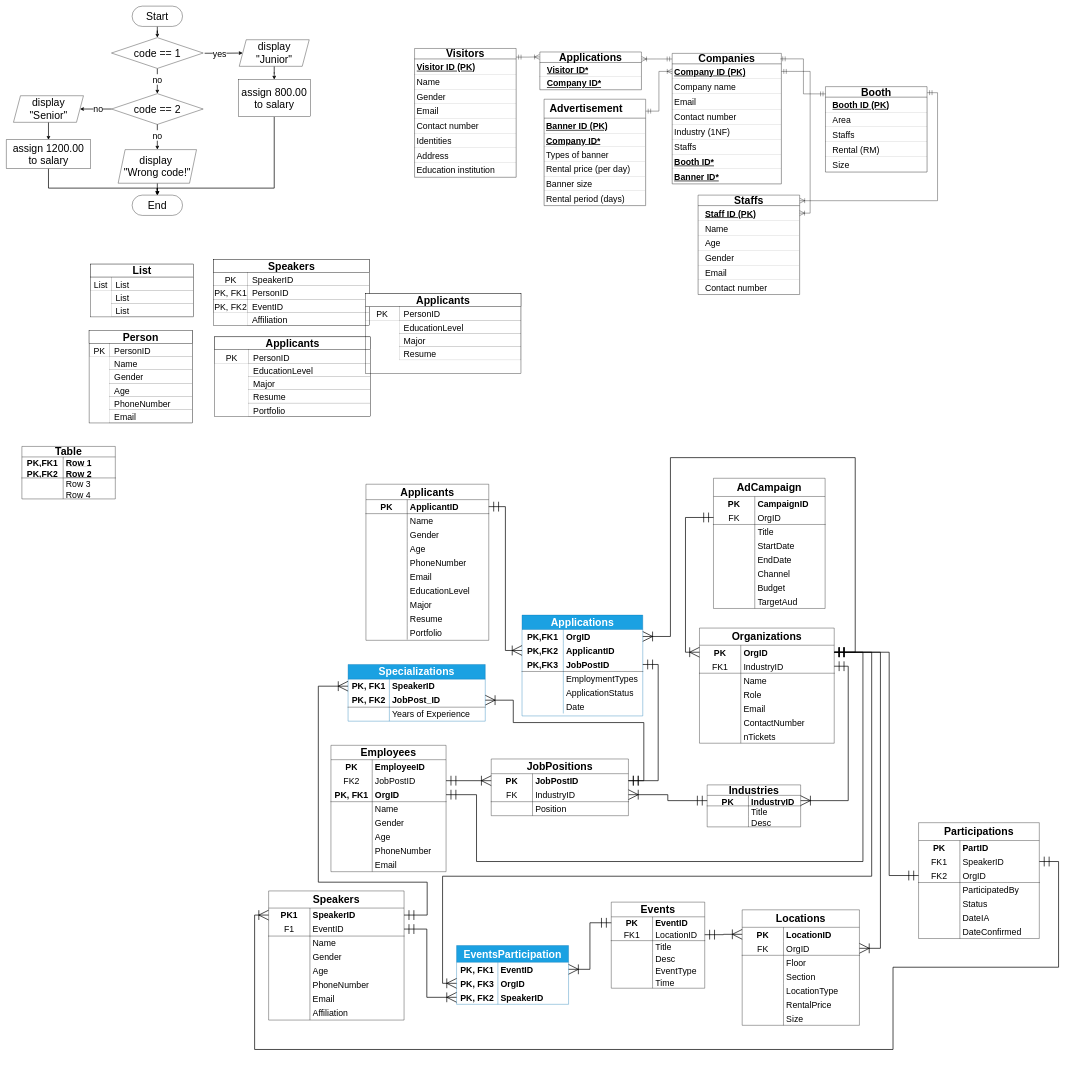
Before: ERD BMCS1053 asg.drawio in twelve0dev9/BMCS1053-asg, a draw.io diagram. Source tidied: cells renumbered, new cells numbered last; positions are measured from the earlier drawing's top-left corner, leaving out a move shared by most shapes. Both pictures are drawn from the tidied source at 35%, with x=0, y=0 at pixel (6, 6).
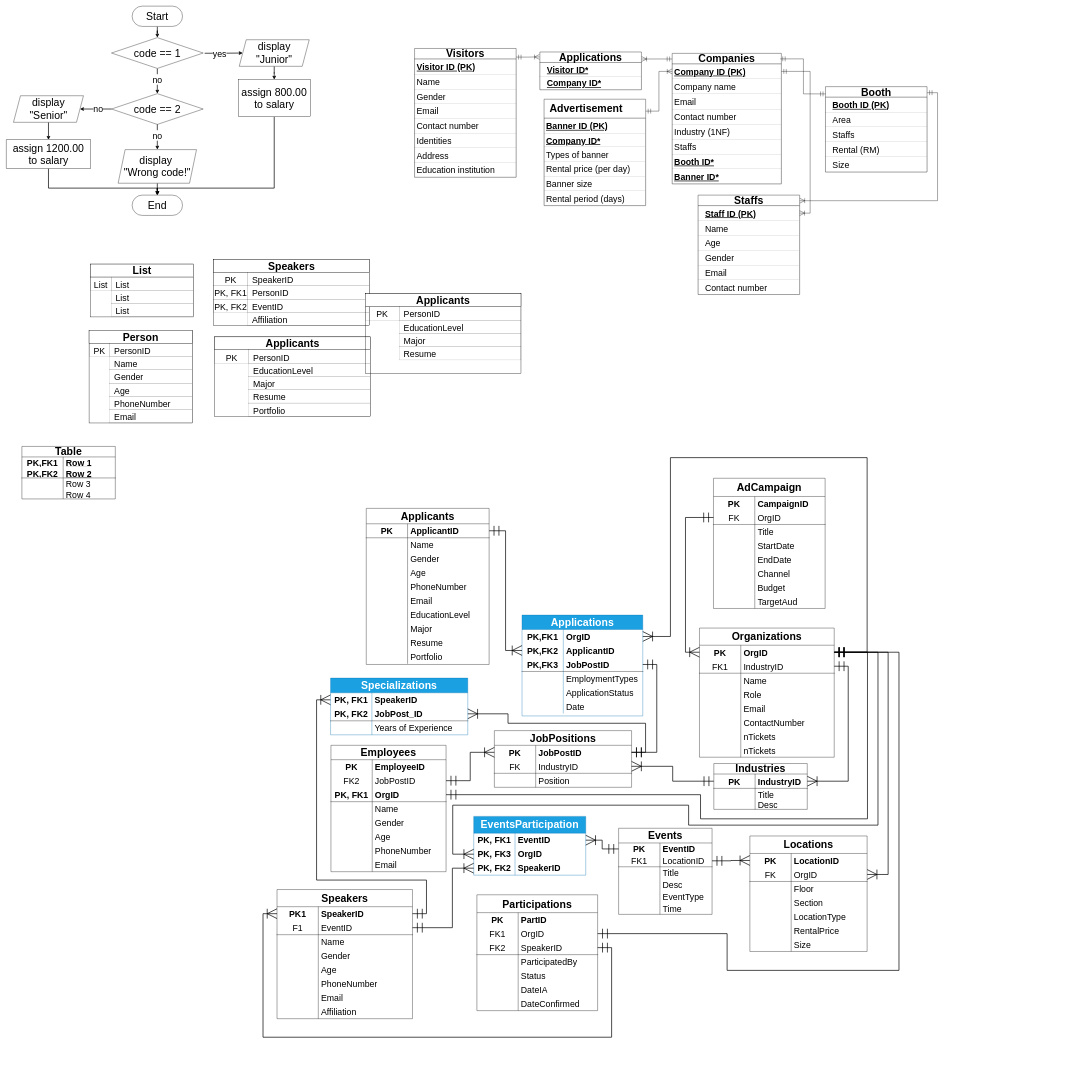
After the change.

Unchanged cells that the change refers to:
```xml
<mxCell id="115" style="shape=tableRow;horizontal=0;startSize=0;swimlaneHead=0;swimlaneBody=0;fillColor=none;points=[[0,0.5],[1,0.5]];portConstraint=eastwest;top=0;left=0;right=0;bottom=0;html=1;fontSize=30;" parent="114" vertex="1">
  <mxGeometry y="49" width="387" height="40" as="geometry" />
</mxCell>
<mxCell id="118" style="shape=tableRow;horizontal=0;startSize=0;swimlaneHead=0;swimlaneBody=0;fillColor=none;points=[[0,0.5],[1,0.5]];portConstraint=eastwest;top=0;left=0;right=0;bottom=1;html=1;fontSize=30;" parent="114" vertex="1">
  <mxGeometry y="89" width="387" height="40" as="geometry" />
</mxCell>
<mxCell id="190" style="shape=tableRow;horizontal=0;startSize=0;swimlaneHead=0;swimlaneBody=0;fillColor=none;points=[[0,0.5],[1,0.5]];portConstraint=eastwest;top=0;left=0;right=0;bottom=1;html=1;fontSize=30;" parent="183" vertex="1">
  <mxGeometry y="121" width="329" height="40" as="geometry" />
</mxCell>
<mxCell id="219" style="shape=tableRow;horizontal=0;startSize=0;swimlaneHead=0;swimlaneBody=0;fillColor=none;points=[[0,0.5],[1,0.5]];portConstraint=eastwest;top=0;left=0;right=0;bottom=0;html=1;fontSize=30;fontStyle=0;" parent="218" vertex="1">
  <mxGeometry y="41" width="345" height="40" as="geometry" />
</mxCell>
<mxCell id="225" style="shape=tableRow;horizontal=0;startSize=0;swimlaneHead=0;swimlaneBody=0;fillColor=none;points=[[0,0.5],[1,0.5]];portConstraint=eastwest;top=0;left=0;right=0;bottom=1;html=1;fontSize=30;fontStyle=0;" parent="218" vertex="1">
  <mxGeometry y="121" width="345" height="40" as="geometry" />
</mxCell>
<mxCell id="241" style="shape=tableRow;horizontal=0;startSize=0;swimlaneHead=0;swimlaneBody=0;fillColor=none;points=[[0,0.5],[1,0.5]];portConstraint=eastwest;top=0;left=0;right=0;bottom=0;html=1;fontSize=30;fontStyle=0;" parent="237" vertex="1">
  <mxGeometry y="91" width="345" height="40" as="geometry" />
</mxCell>
<mxCell id="244" style="shape=tableRow;horizontal=0;startSize=0;swimlaneHead=0;swimlaneBody=0;fillColor=none;points=[[0,0.5],[1,0.5]];portConstraint=eastwest;top=0;left=0;right=0;bottom=1;html=1;fontSize=30;fontStyle=1;" parent="237" vertex="1">
  <mxGeometry y="131" width="345" height="40" as="geometry" />
</mxCell>
<mxCell id="282" style="shape=tableRow;horizontal=0;startSize=0;swimlaneHead=0;swimlaneBody=0;fillColor=none;points=[[0,0.5],[1,0.5]];portConstraint=eastwest;top=0;left=0;right=0;bottom=1;html=1;fontSize=30;" parent="278" vertex="1">
  <mxGeometry y="90" width="335" height="40" as="geometry" />
</mxCell>
<mxCell id="308" style="shape=tableRow;horizontal=0;startSize=0;swimlaneHead=0;swimlaneBody=0;fillColor=none;points=[[0,0.5],[1,0.5]];portConstraint=eastwest;top=0;left=0;right=0;bottom=0;html=1;fontSize=30;" parent="307" vertex="1">
  <mxGeometry y="49" width="385" height="40" as="geometry" />
</mxCell>
<mxCell id="331" style="shape=tableRow;horizontal=0;startSize=0;swimlaneHead=0;swimlaneBody=0;fillColor=none;points=[[0,0.5],[1,0.5]];portConstraint=eastwest;top=0;left=0;right=0;bottom=0;html=1;fontSize=30;" parent="330" vertex="1">
  <mxGeometry y="42" width="392" height="40" as="geometry" />
</mxCell>
<mxCell id="371" style="shape=tableRow;horizontal=0;startSize=0;swimlaneHead=0;swimlaneBody=0;fillColor=none;points=[[0,0.5],[1,0.5]];portConstraint=eastwest;top=0;left=0;right=0;bottom=0;html=1;fontSize=30;" parent="367" vertex="1">
  <mxGeometry y="88" width="320" height="40" as="geometry" />
</mxCell>
<mxCell id="374" style="shape=tableRow;horizontal=0;startSize=0;swimlaneHead=0;swimlaneBody=0;fillColor=none;points=[[0,0.5],[1,0.5]];portConstraint=eastwest;top=0;left=0;right=0;bottom=0;html=1;fontSize=30;" parent="367" vertex="1">
  <mxGeometry y="128" width="320" height="40" as="geometry" />
</mxCell>
<mxCell id="383" style="shape=tableRow;horizontal=0;startSize=0;swimlaneHead=0;swimlaneBody=0;fillColor=none;points=[[0,0.5],[1,0.5]];portConstraint=eastwest;top=0;left=0;right=0;bottom=0;html=1;fontSize=30;" parent="382" vertex="1">
  <mxGeometry y="42" width="392" height="40" as="geometry" />
</mxCell>
<mxCell id="386" style="shape=tableRow;horizontal=0;startSize=0;swimlaneHead=0;swimlaneBody=0;fillColor=none;points=[[0,0.5],[1,0.5]];portConstraint=eastwest;top=0;left=0;right=0;bottom=1;html=1;fontSize=30;" parent="382" vertex="1">
  <mxGeometry y="82" width="392" height="40" as="geometry" />
</mxCell>
```

The edit, as a diff of the source:
```diff
@@
     <mxCell id="114" value="Speakers" style="shape=table;startSize=49;childLayout=tableLayout;rowLines=0;fontStyle=1;align=center;html=1;whiteSpace=wrap;fontSize=30;" parent="1" vertex="1">
-      <mxGeometry x="750" y="2528" width="387" height="369" as="geometry" />
+      <mxGeometry x="774" y="2524" width="387" height="369" as="geometry" />
     </mxCell>
@@
     <mxCell id="152" value="Applicants" style="shape=table;startSize=44;childLayout=tableLayout;rowLines=0;fontStyle=1;align=center;html=1;whiteSpace=wrap;fontSize=30;" parent="1" vertex="1">
-      <mxGeometry x="1028" y="1366" width="351" height="446" as="geometry" />
+      <mxGeometry x="1029" y="1435" width="351" height="446" as="geometry" />
     </mxCell>
@@
     <mxCell id="208" value="Industries" style="shape=table;startSize=30;childLayout=tableLayout;rowLines=0;fontStyle=1;align=center;html=1;whiteSpace=wrap;fontSize=30;" parent="1" vertex="1">
-      <mxGeometry x="2003" y="2225" width="267" height="120" as="geometry" />
+      <mxGeometry x="2022" y="2164" width="267" height="131" as="geometry" />
     </mxCell>
     <mxCell id="209" style="shape=tableRow;horizontal=0;startSize=0;swimlaneHead=0;swimlaneBody=0;fillColor=none;points=[[0,0.5],[1,0.5]];portConstraint=eastwest;top=0;left=0;right=0;bottom=1;html=1;fontSize=30;" parent="208" vertex="1">
-      <mxGeometry y="30" width="267" height="30" as="geometry" />
+      <mxGeometry y="30" width="267" height="41" as="geometry" />
     </mxCell>
     <mxCell id="210" value="PK" style="shape=partialRectangle;fillColor=none;top=0;left=0;bottom=0;right=0;fontStyle=1;overflow=hidden;html=1;whiteSpace=wrap;fontSize=25;" parent="209" vertex="1">
-      <mxGeometry width="118" height="30" as="geometry" />
+      <mxGeometry width="118" height="41" as="geometry" />
     </mxCell>
     <mxCell id="211" value="IndustryID" style="shape=partialRectangle;fillColor=none;top=0;left=0;bottom=0;right=0;align=left;spacingLeft=6;fontStyle=1;overflow=hidden;html=1;whiteSpace=wrap;fontSize=25;" parent="209" vertex="1">
-      <mxGeometry x="118" width="149" height="30" as="geometry" />
+      <mxGeometry x="118" width="149" height="41" as="geometry" />
     </mxCell>
     <mxCell id="212" style="shape=tableRow;horizontal=0;startSize=0;swimlaneHead=0;swimlaneBody=0;fillColor=none;top=0;left=0;right=0;bottom=0;html=1;fontSize=30;" parent="208" vertex="1">
-      <mxGeometry y="60" width="267" height="30" as="geometry" />
+      <mxGeometry y="71" width="267" height="30" as="geometry" />
     </mxCell>
@@
     <mxCell id="215" style="shape=tableRow;horizontal=0;startSize=0;swimlaneHead=0;swimlaneBody=0;fillColor=none;top=0;left=0;right=0;bottom=0;html=1;fontSize=30;" parent="208" vertex="1">
-      <mxGeometry y="90" width="267" height="30" as="geometry" />
+      <mxGeometry y="101" width="267" height="30" as="geometry" />
     </mxCell>
@@
     <mxCell id="237" value="Participations" style="shape=table;startSize=51;childLayout=tableLayout;rowLines=0;fontStyle=1;align=center;html=1;whiteSpace=wrap;fontSize=30;" parent="1" vertex="1">
-      <mxGeometry x="2607" y="2333" width="345" height="331" as="geometry" />
+      <mxGeometry x="1345" y="2539" width="345" height="331" as="geometry" />
     </mxCell>
@@
-    <mxCell id="243" value="SpeakerID" style="shape=partialRectangle;fillColor=none;top=0;left=0;bottom=0;right=0;align=left;spacingLeft=6;fontStyle=0;overflow=hidden;html=1;whiteSpace=wrap;fontSize=25;" parent="241" vertex="1">
+    <mxCell id="243" value="OrgID" style="shape=partialRectangle;fillColor=none;top=0;left=0;bottom=0;right=0;align=left;spacingLeft=6;fontStyle=0;overflow=hidden;html=1;whiteSpace=wrap;fontSize=25;" parent="241" vertex="1">
       <mxGeometry x="118" width="227" height="40" as="geometry" />
     </mxCell>
@@
-    <mxCell id="246" value="OrgID" style="shape=partialRectangle;fillColor=none;top=0;left=0;bottom=0;right=0;align=left;spacingLeft=6;fontStyle=0;overflow=hidden;html=1;whiteSpace=wrap;fontSize=25;" parent="244" vertex="1">
+    <mxCell id="246" value="SpeakerID" style="shape=partialRectangle;fillColor=none;top=0;left=0;bottom=0;right=0;align=left;spacingLeft=6;fontStyle=0;overflow=hidden;html=1;whiteSpace=wrap;fontSize=25;" parent="244" vertex="1">
       <mxGeometry x="118" width="227" height="40" as="geometry" />
     </mxCell>
@@
     <mxCell id="259" value="Events" style="shape=table;startSize=42;childLayout=tableLayout;rowLines=0;fontStyle=1;align=center;html=1;whiteSpace=wrap;fontSize=30;" parent="1" vertex="1">
-      <mxGeometry x="1729" y="2560" width="267" height="246" as="geometry" />
+      <mxGeometry x="1750" y="2349" width="267" height="246" as="geometry" />
     </mxCell>
@@
     <mxCell id="278" value="Locations" style="shape=table;startSize=50;childLayout=tableLayout;rowLines=0;fontStyle=1;align=center;html=1;whiteSpace=wrap;fontSize=30;" parent="1" vertex="1">
-      <mxGeometry x="2103" y="2582" width="335" height="330" as="geometry" />
+      <mxGeometry x="2125" y="2371" width="335" height="330" as="geometry" />
     </mxCell>
@@
     <mxCell id="300" style="edgeStyle=orthogonalEdgeStyle;shape=connector;rounded=0;jettySize=auto;html=1;strokeColor=default;align=center;verticalAlign=middle;fontFamily=Helvetica;fontSize=11;fontColor=default;labelBackgroundColor=default;startArrow=ERmandOne;startFill=0;startSize=25;endArrow=ERmandOne;endFill=0;endSize=25;strokeWidth=2;entryX=1;entryY=0.5;entryDx=0;entryDy=0;exitX=1;exitY=0.5;exitDx=0;exitDy=0;" parent="1" edge="1" source="308" target="190">
       <mxGeometry relative="1" as="geometry">
         <Array as="points">
-          <mxPoint x="2448" y="1846" />
-          <mxPoint x="2448" y="2444" />
-          <mxPoint x="1344" y="2444" />
-          <mxPoint x="1344" y="2253" />
+          <mxPoint x="2461" y="1846" />
+          <mxPoint x="2461" y="2322" />
+          <mxPoint x="1984" y="2322" />
+          <mxPoint x="1984" y="2253" />
         </Array>
       </mxGeometry>
     </mxCell>
@@
     <mxCell id="305" style="edgeStyle=orthogonalEdgeStyle;shape=connector;rounded=0;jettySize=auto;html=1;strokeColor=default;strokeWidth=2;align=center;verticalAlign=middle;fontFamily=Helvetica;fontSize=11;fontColor=default;labelBackgroundColor=default;startArrow=ERoneToMany;startFill=0;startSize=25;endArrow=ERmandOne;endFill=0;endSize=25;entryX=1;entryY=0.5;entryDx=0;entryDy=0;exitX=1;exitY=0.5;exitDx=0;exitDy=0;" parent="1" edge="1" source="219" target="308">
       <mxGeometry relative="1" as="geometry">
         <Array as="points">
           <mxPoint x="1898" y="1801" />
           <mxPoint x="1898" y="1290" />
-          <mxPoint x="2426" y="1290" />
-          <mxPoint x="2426" y="1846" />
+          <mxPoint x="2460" y="1290" />
+          <mxPoint x="2460" y="1846" />
         </Array>
       </mxGeometry>
     </mxCell>
-    <mxCell id="306" style="edgeStyle=orthogonalEdgeStyle;shape=connector;rounded=0;jettySize=auto;html=1;entryX=1;entryY=0.5;entryDx=0;entryDy=0;strokeColor=default;strokeWidth=2;align=center;verticalAlign=middle;fontFamily=Helvetica;fontSize=11;fontColor=default;labelBackgroundColor=default;startArrow=ERmandOne;startFill=0;startSize=25;endArrow=ERmandOne;endFill=0;endSize=25;exitX=0;exitY=0.5;exitDx=0;exitDy=0;" parent="1" edge="1" source="244" target="308">
+    <mxCell id="306" style="edgeStyle=orthogonalEdgeStyle;shape=connector;rounded=0;jettySize=auto;html=1;entryX=1;entryY=0.5;entryDx=0;entryDy=0;strokeColor=default;strokeWidth=2;align=center;verticalAlign=middle;fontFamily=Helvetica;fontSize=11;fontColor=default;labelBackgroundColor=default;startArrow=ERmandOne;startFill=0;startSize=25;endArrow=ERmandOne;endFill=0;endSize=25;exitX=1;exitY=0.5;exitDx=0;exitDy=0;" parent="1" edge="1" source="241" target="308">
       <mxGeometry relative="1" as="geometry">
         <Array as="points">
-          <mxPoint x="2523" y="2484" />
-          <mxPoint x="2523" y="1846" />
+          <mxPoint x="2060" y="2650" />
+          <mxPoint x="2060" y="2755" />
+          <mxPoint x="2551" y="2755" />
+          <mxPoint x="2551" y="1846" />
         </Array>
       </mxGeometry>
     </mxCell>
     <mxCell id="307" value="Organizations" style="shape=table;startSize=49;childLayout=tableLayout;rowLines=0;fontStyle=1;align=center;html=1;whiteSpace=wrap;fontSize=30;" parent="1" vertex="1">
-      <mxGeometry x="1981" y="1777" width="385" height="329" as="geometry" />
+      <mxGeometry x="1981" y="1777" width="385" height="369" as="geometry" />
     </mxCell>
@@
+    <mxCell id="394" style="shape=tableRow;horizontal=0;startSize=0;swimlaneHead=0;swimlaneBody=0;fillColor=none;top=0;left=0;right=0;bottom=0;html=1;fontSize=30;" parent="307" vertex="1">
+      <mxGeometry y="289" width="385" height="40" as="geometry" />
+    </mxCell>
+    <mxCell id="395" style="shape=partialRectangle;fillColor=none;top=0;left=0;bottom=0;right=0;overflow=hidden;html=1;whiteSpace=wrap;fontSize=25;" parent="394" vertex="1">
+      <mxGeometry width="118" height="40" as="geometry" />
+    </mxCell>
+    <mxCell id="396" value="nTickets" style="shape=partialRectangle;fillColor=none;top=0;left=0;bottom=0;right=0;align=left;spacingLeft=6;overflow=hidden;html=1;whiteSpace=wrap;fontSize=25;" parent="394" vertex="1">
+      <mxGeometry x="118" width="267" height="40" as="geometry" />
+    </mxCell>
     <mxCell id="326" style="shape=tableRow;horizontal=0;startSize=0;swimlaneHead=0;swimlaneBody=0;fillColor=none;top=0;left=0;right=0;bottom=0;html=1;fontSize=30;" parent="307" vertex="1">
-      <mxGeometry y="289" width="385" height="40" as="geometry" />
+      <mxGeometry y="329" width="385" height="40" as="geometry" />
     </mxCell>
@@
     <mxCell id="329" style="edgeStyle=orthogonalEdgeStyle;shape=connector;rounded=0;jettySize=auto;html=1;strokeColor=default;strokeWidth=2;align=center;verticalAlign=middle;fontFamily=Helvetica;fontSize=11;fontColor=default;labelBackgroundColor=default;startArrow=ERmandOne;startFill=0;startSize=25;endArrow=ERmandOne;endFill=0;endSize=25;exitX=1;exitY=0.5;exitDx=0;exitDy=0;entryX=1;entryY=0.5;entryDx=0;entryDy=0;" parent="1" edge="1" source="225" target="331">
-      <mxGeometry relative="1" as="geometry">
-        <Array as="points">
-          <mxPoint x="1863" y="1881" />
-          <mxPoint x="1863" y="2213" />
-        </Array>
-      </mxGeometry>
+      <mxGeometry relative="1" as="geometry" />
     </mxCell>
     <mxCell id="330" value="JobPositions" style="shape=table;startSize=42;childLayout=tableLayout;rowLines=0;fontStyle=1;align=center;html=1;whiteSpace=wrap;fontSize=30;" parent="1" vertex="1">
-      <mxGeometry x="1386" y="2151" width="392" height="162" as="geometry" />
+      <mxGeometry x="1395" y="2070" width="392" height="162" as="geometry" />
     </mxCell>
@@
     <mxCell id="367" value="EventsParticipation" style="shape=table;startSize=48;childLayout=tableLayout;rowLines=0;fontStyle=1;align=center;html=1;whiteSpace=wrap;fontSize=30;fillColor=#1ba1e2;fontColor=#ffffff;strokeColor=#006EAF;" parent="1" vertex="1">
-      <mxGeometry x="1287" y="2684" width="320" height="168" as="geometry" />
+      <mxGeometry x="1336" y="2315" width="320" height="168" as="geometry" />
     </mxCell>
@@
     <mxCell id="377" style="edgeStyle=orthogonalEdgeStyle;shape=connector;rounded=0;jettySize=auto;html=1;entryX=0;entryY=0.5;entryDx=0;entryDy=0;strokeColor=default;strokeWidth=2;align=center;verticalAlign=middle;fontFamily=Helvetica;fontSize=11;fontColor=default;labelBackgroundColor=default;startArrow=ERmandOne;startFill=0;startSize=25;endArrow=ERoneToMany;endFill=0;endSize=25;" parent="1" edge="1" source="118" target="374">
       <mxGeometry relative="1" as="geometry">
         <Array as="points">
-          <mxPoint x="1202" y="2637" />
-          <mxPoint x="1202" y="2832" />
+          <mxPoint x="1275" y="2633" />
+          <mxPoint x="1275" y="2463" />
         </Array>
       </mxGeometry>
     </mxCell>
     <mxCell id="378" style="edgeStyle=orthogonalEdgeStyle;shape=connector;rounded=0;jettySize=auto;html=1;strokeColor=default;strokeWidth=2;align=center;verticalAlign=middle;fontFamily=Helvetica;fontSize=11;fontColor=default;labelBackgroundColor=default;startArrow=ERmandOne;startFill=0;startSize=25;endArrow=ERoneToMany;endFill=0;endSize=25;entryX=1;entryY=0.5;entryDx=0;entryDy=0;" parent="1" edge="1" source="308" target="282">
       <mxGeometry relative="1" as="geometry">
         <Array as="points">
-          <mxPoint x="2498" y="1846" />
-          <mxPoint x="2498" y="2692" />
+          <mxPoint x="2520" y="1846" />
+          <mxPoint x="2520" y="2481" />
         </Array>
       </mxGeometry>
     </mxCell>
@@
-    <mxCell id="380" style="edgeStyle=orthogonalEdgeStyle;shape=connector;rounded=0;jettySize=auto;html=1;entryX=1;entryY=0.5;entryDx=0;entryDy=0;strokeColor=default;strokeWidth=2;align=center;verticalAlign=middle;fontFamily=Helvetica;fontSize=11;fontColor=default;labelBackgroundColor=default;startArrow=ERoneToMany;startFill=0;startSize=25;endArrow=ERmandOne;endFill=0;endSize=25;exitX=0;exitY=0.5;exitDx=0;exitDy=0;" parent="1" edge="1" source="115" target="241">
+    <mxCell id="380" style="edgeStyle=orthogonalEdgeStyle;shape=connector;rounded=0;jettySize=auto;html=1;entryX=1;entryY=0.5;entryDx=0;entryDy=0;strokeColor=default;strokeWidth=2;align=center;verticalAlign=middle;fontFamily=Helvetica;fontSize=11;fontColor=default;labelBackgroundColor=default;startArrow=ERoneToMany;startFill=0;startSize=25;endArrow=ERmandOne;endFill=0;endSize=25;exitX=0;exitY=0.5;exitDx=0;exitDy=0;" parent="1" edge="1" source="115" target="244">
       <mxGeometry relative="1" as="geometry">
         <Array as="points">
-          <mxPoint x="710" y="2597" />
-          <mxPoint x="710" y="2981" />
-          <mxPoint x="2534" y="2981" />
-          <mxPoint x="2534" y="2746" />
-          <mxPoint x="3007" y="2746" />
-          <mxPoint x="3007" y="2444" />
+          <mxPoint x="734" y="2593" />
+          <mxPoint x="734" y="2946" />
+          <mxPoint x="1730" y="2946" />
+          <mxPoint x="1730" y="2690" />
         </Array>
       </mxGeometry>
     </mxCell>
     <mxCell id="381" style="edgeStyle=orthogonalEdgeStyle;shape=connector;rounded=0;jettySize=auto;html=1;entryX=0;entryY=0.5;entryDx=0;entryDy=0;strokeColor=default;strokeWidth=2;align=center;verticalAlign=middle;fontFamily=Helvetica;fontSize=11;fontColor=default;labelBackgroundColor=default;startArrow=ERmandOne;startFill=0;startSize=25;endArrow=ERoneToMany;endFill=0;endSize=25;exitX=1;exitY=0.5;exitDx=0;exitDy=0;" parent="1" edge="1" source="115" target="383">
       <mxGeometry relative="1" as="geometry">
         <Array as="points">
-          <mxPoint x="1203" y="2597" />
-          <mxPoint x="1203" y="2503" />
-          <mxPoint x="892" y="2503" />
-          <mxPoint x="892" y="1943" />
+          <mxPoint x="1201" y="2593" />
+          <mxPoint x="1201" y="2497" />
+          <mxPoint x="887" y="2497" />
+          <mxPoint x="887" y="1982" />
         </Array>
       </mxGeometry>
     </mxCell>
     <mxCell id="382" value="Specializations" style="shape=table;startSize=42;childLayout=tableLayout;rowLines=0;fontStyle=1;align=center;html=1;whiteSpace=wrap;fontSize=30;fillColor=#1ba1e2;fontColor=#ffffff;strokeColor=#006EAF;" parent="1" vertex="1">
-      <mxGeometry x="977" y="1881" width="392" height="162" as="geometry" />
+      <mxGeometry x="927" y="1920" width="392" height="162" as="geometry" />
     </mxCell>
@@
     <mxCell id="392" style="edgeStyle=orthogonalEdgeStyle;shape=connector;rounded=0;jettySize=auto;html=1;strokeColor=default;strokeWidth=2;align=center;verticalAlign=middle;fontFamily=Helvetica;fontSize=11;fontColor=default;labelBackgroundColor=default;startArrow=ERoneToMany;startFill=0;startSize=25;endArrow=ERmandOne;endFill=0;endSize=25;entryX=1;entryY=0.5;entryDx=0;entryDy=0;" parent="1" edge="1" source="386" target="331">
       <mxGeometry relative="1" as="geometry">
         <Array as="points">
-          <mxPoint x="1449" y="1983" />
-          <mxPoint x="1449" y="2047" />
-          <mxPoint x="1822" y="2047" />
-          <mxPoint x="1822" y="2213" />
+          <mxPoint x="1434" y="2022" />
+          <mxPoint x="1434" y="2049" />
+          <mxPoint x="1827" y="2049" />
+          <mxPoint x="1827" y="2132" />
         </Array>
       </mxGeometry>
     </mxCell>
     <mxCell id="393" style="edgeStyle=orthogonalEdgeStyle;shape=connector;rounded=0;jettySize=auto;html=1;entryX=1;entryY=0.5;entryDx=0;entryDy=0;strokeColor=default;strokeWidth=2;align=center;verticalAlign=middle;fontFamily=Helvetica;fontSize=11;fontColor=default;labelBackgroundColor=default;startArrow=ERoneToMany;startFill=0;startSize=25;endArrow=ERmandOne;endFill=0;endSize=25;exitX=0;exitY=0.5;exitDx=0;exitDy=0;" parent="1" edge="1" source="371" target="308">
       <mxGeometry relative="1" as="geometry">
         <Array as="points">
-          <mxPoint x="1247" y="2792" />
-          <mxPoint x="1247" y="2486" />
-          <mxPoint x="2473" y="2486" />
-          <mxPoint x="2473" y="1846" />
+          <mxPoint x="1276" y="2423" />
+          <mxPoint x="1276" y="2283" />
+          <mxPoint x="1950" y="2283" />
+          <mxPoint x="1950" y="2340" />
+          <mxPoint x="2491" y="2340" />
+          <mxPoint x="2491" y="1846" />
         </Array>
       </mxGeometry>
     </mxCell>
```
